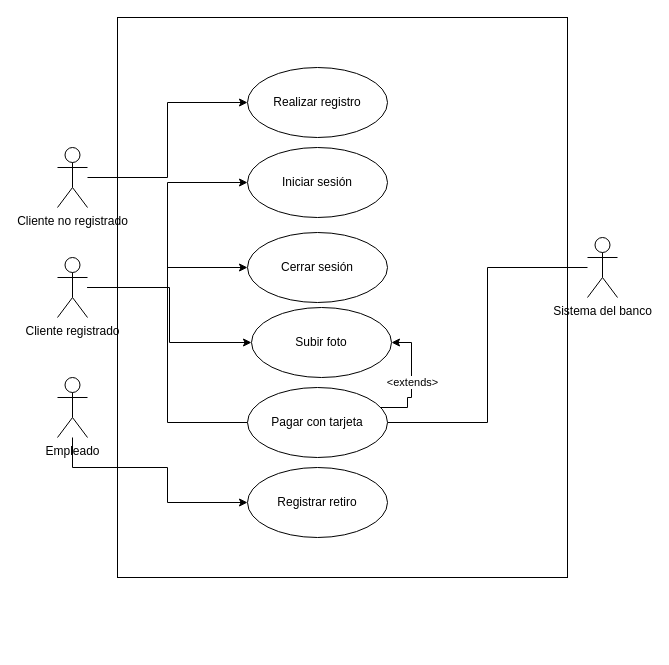
Before: Practica 3 Casos de uso/Diagramas/Ejercicio5.drawio in lucasquieresopa/ING1, a draw.io diagram. Source tidied: cells renumbered, new cells numbered last; positions are measured from the earlier drawing's top-left corner, leaving out a move shared by most shapes. Both pictures are drawn from the tidied source at 100%, with x=0, y=0 at pixel (57, 17).
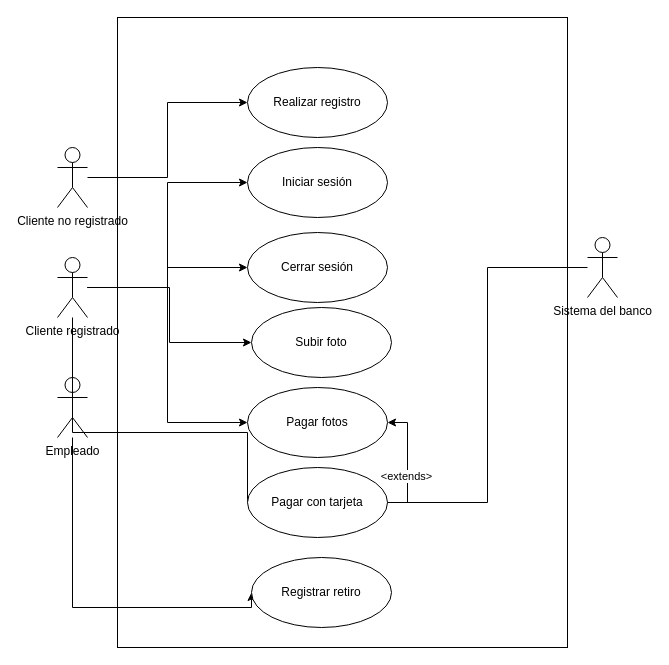
The same page after the edit.

The change refers to these unchanged cells:
```xml
<mxCell id="6" value="Empleado" style="shape=umlActor;verticalLabelPosition=bottom;verticalAlign=top;html=1;outlineConnect=0;" parent="1" vertex="1">
  <mxGeometry y="360" width="30" height="60" as="geometry" />
</mxCell>
<mxCell id="13" value="Cliente registrado" style="shape=umlActor;verticalLabelPosition=bottom;verticalAlign=top;html=1;outlineConnect=0;" parent="1" vertex="1">
  <mxGeometry y="240" width="30" height="60" as="geometry" />
</mxCell>
<mxCell id="14" value="Subir foto" style="ellipse;whiteSpace=wrap;html=1;" parent="1" vertex="1">
  <mxGeometry x="194" y="290" width="140" height="70" as="geometry" />
</mxCell>
```

Change to the diagram source:
```diff
@@
     <mxCell id="4" style="rounded=0;whiteSpace=wrap;html=1;fillColor=none;" parent="1" vertex="1">
-      <mxGeometry x="60" width="450" height="560" as="geometry" />
+      <mxGeometry x="60" width="450" height="630" as="geometry" />
     </mxCell>
     <mxCell id="5" style="edgeStyle=orthogonalEdgeStyle;rounded=0;jettySize=auto;html=1;entryX=0;entryY=0.5;entryDx=0;entryDy=0;endArrow=classic;endFill=1;" parent="1" edge="1" source="6" target="18">
       <mxGeometry relative="1" as="geometry">
         <Array as="points">
-          <mxPoint x="15" y="450" />
-          <mxPoint x="110" y="450" />
-          <mxPoint x="110" y="485" />
+          <mxPoint x="15" y="590" />
+          <mxPoint x="194" y="590" />
         </Array>
       </mxGeometry>
     </mxCell>
@@
     <mxCell id="12" style="edgeStyle=orthogonalEdgeStyle;rounded=0;jettySize=auto;html=1;entryX=0;entryY=0.5;entryDx=0;entryDy=0;endArrow=none;endFill=0;" parent="1" edge="1" source="13" target="17">
-      <mxGeometry relative="1" as="geometry" />
+      <mxGeometry relative="1" as="geometry">
+        <Array as="points">
+          <mxPoint x="15" y="415" />
+        </Array>
+      </mxGeometry>
     </mxCell>
+    <mxCell id="22" style="edgeStyle=orthogonalEdgeStyle;rounded=0;jettySize=auto;html=1;entryX=0;entryY=0.5;entryDx=0;entryDy=0;endArrow=classic;endFill=1;" parent="1" edge="1" source="13" target="24">
+      <mxGeometry relative="1" as="geometry" />
+    </mxCell>
@@
-    <mxCell id="15" style="edgeStyle=orthogonalEdgeStyle;rounded=0;jettySize=auto;html=1;entryX=1;entryY=0.5;entryDx=0;entryDy=0;endArrow=classic;endFill=1;" parent="1" edge="1" source="17" target="14">
-      <mxGeometry relative="1" as="geometry">
-        <Array as="points">
-          <mxPoint x="350" y="390" />
-          <mxPoint x="350" y="380" />
-          <mxPoint x="354" y="380" />
-          <mxPoint x="354" y="325" />
-        </Array>
-      </mxGeometry>
-    </mxCell>
+    <mxCell id="23" style="edgeStyle=orthogonalEdgeStyle;rounded=0;jettySize=auto;html=1;entryX=1;entryY=0.5;entryDx=0;entryDy=0;endArrow=classic;endFill=1;" parent="1" edge="1" source="17" target="24">
+      <mxGeometry relative="1" as="geometry">
+        <Array as="points">
+          <mxPoint x="350" y="485" />
+          <mxPoint x="350" y="405" />
+        </Array>
+      </mxGeometry>
+    </mxCell>
-    <mxCell id="16" value="&amp;lt;extends&amp;gt;" style="edgeLabel;html=1;align=center;verticalAlign=middle;" parent="15" vertex="1">
-      <mxGeometry x="-0.04" relative="1" as="geometry" />
+    <mxCell id="16" value="&amp;lt;extends&amp;gt;" style="edgeLabel;html=1;align=center;verticalAlign=middle;" parent="23" vertex="1">
+      <mxGeometry x="-0.22" y="2" relative="1" as="geometry" />
     </mxCell>
     <mxCell id="17" value="Pagar con tarjeta" style="ellipse;whiteSpace=wrap;html=1;" parent="1" vertex="1">
-      <mxGeometry x="190" y="370" width="140" height="70" as="geometry" />
+      <mxGeometry x="190" y="450" width="140" height="70" as="geometry" />
     </mxCell>
     <mxCell id="18" value="Registrar retiro" style="ellipse;whiteSpace=wrap;html=1;" parent="1" vertex="1">
-      <mxGeometry x="190" y="450" width="140" height="70" as="geometry" />
+      <mxGeometry x="194" y="540" width="140" height="70" as="geometry" />
     </mxCell>
@@
+    <mxCell id="24" value="Pagar fotos" style="ellipse;whiteSpace=wrap;html=1;fillColor=none;" parent="1" vertex="1">
+      <mxGeometry x="190" y="370" width="140" height="70" as="geometry" />
+    </mxCell>
```
